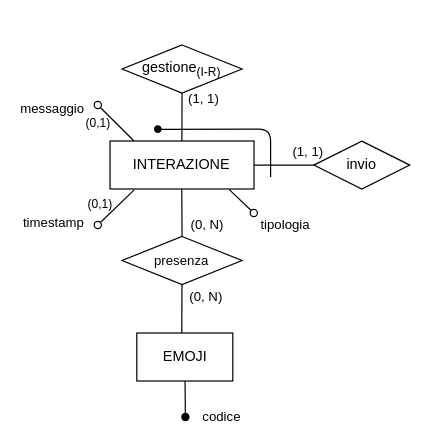
The draw.io diagram Progetto Esame - DBSperimentazioni A.A. 2023-2024/Diagrammi/generalizzazioni/2.3.2.3_gen_3b.drawio in Mattron2000/Basi_di_dati, before the edit. Source tidied: cells renumbered, new cells numbered last; positions are measured from the earlier drawing's top-left corner, leaving out a move shared by most shapes. Both pictures are drawn from the tidied source at 120%, with x=0, y=0 at pixel (73, 44).
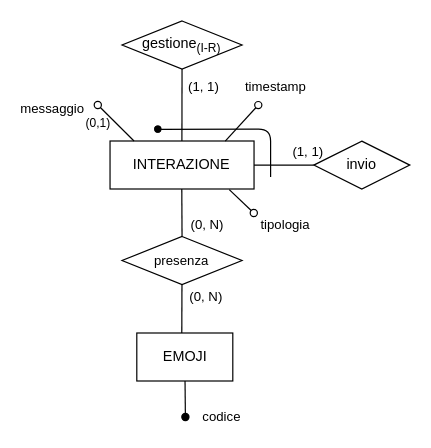
The same page after the edit.

The change refers to these unchanged cells:
```xml
<mxCell id="2" value="INTERAZIONE" style="rounded=0;whiteSpace=wrap;html=1;" parent="1" vertex="1">
  <mxGeometry x="30.2" y="80" width="120" height="40" as="geometry" />
</mxCell>
```

What changed in the source:
```diff
@@
-    <mxCell id="8" style="endArrow=oval;html=1;fillStyle=auto;strokeWidth=1;startSize=6;endSize=6;fillColor=#000000;startArrow=none;startFill=0;endFill=0;exitX=0.168;exitY=1.019;exitDx=0;exitDy=0;exitPerimeter=0;" parent="1" edge="1" source="2">
-      <mxGeometry relative="1" as="geometry">
-        <mxPoint x="20" y="150" as="targetPoint" />
-      </mxGeometry>
-    </mxCell>
-    <mxCell id="9" value="timestamp" style="edgeLabel;html=1;align=center;verticalAlign=middle;points=[];" parent="8" vertex="1">
-      <mxGeometry x="0.48" y="1" relative="1" as="geometry">
-        <mxPoint x="-46" y="5" as="offset" />
-      </mxGeometry>
-    </mxCell>
@@
     <mxCell id="19" value="gestione&lt;sub&gt;(I-R)&lt;/sub&gt;" style="rhombus;whiteSpace=wrap;html=1;" parent="1" vertex="1">
-      <mxGeometry x="40.2" width="100" height="40" as="geometry" />
+      <mxGeometry x="40.2" y="-20" width="100" height="40" as="geometry" />
     </mxCell>
@@
     <mxCell id="21" value="&lt;span style=&quot;font-size: 11px; background-color: rgb(255, 255, 255);&quot;&gt;(1, 1)&lt;/span&gt;" style="text;html=1;align=center;verticalAlign=middle;strokeColor=none;fillColor=none;" parent="1" vertex="1">
-      <mxGeometry x="82.5" y="30.1" width="50" height="30" as="geometry" />
+      <mxGeometry x="82.5" y="20" width="50" height="30" as="geometry" />
     </mxCell>
@@
-    <mxCell id="25" value="&lt;span style=&quot;color: rgb(0, 0, 0); font-family: Helvetica; font-size: 10px; font-style: normal; font-variant-ligatures: normal; font-variant-caps: normal; font-weight: 400; letter-spacing: normal; orphans: 2; text-align: center; text-indent: 0px; text-transform: none; widows: 2; word-spacing: 0px; -webkit-text-stroke-width: 0px; background-color: rgb(251, 251, 251); text-decoration-thickness: initial; text-decoration-style: initial; text-decoration-color: initial; float: none; display: inline !important;&quot;&gt;(0,1)&lt;/span&gt;" style="text;whiteSpace=wrap;html=1;fontSize=10;fontColor=#000000;" parent="1" vertex="1">
-      <mxGeometry x="10" y="120" width="50" height="40" as="geometry" />
-    </mxCell>
+    <mxCell id="26" style="endArrow=oval;html=1;fillStyle=auto;strokeWidth=1;startSize=6;endSize=6;fillColor=#000000;startArrow=none;startFill=0;endFill=0;exitX=0.8;exitY=0.002;exitDx=0;exitDy=0;exitPerimeter=0;" parent="1" edge="1" source="2" target="9">
+      <mxGeometry relative="1" as="geometry" />
+    </mxCell>
+    <mxCell id="9" value="&lt;font style=&quot;font-size: 11px;&quot;&gt;timestamp&lt;/font&gt;" style="text;html=1;align=center;verticalAlign=middle;points=[];strokeColor=none;fillColor=none;" parent="1" vertex="1">
+      <mxGeometry x="132.5" y="20.1" width="70" height="30" as="geometry" />
+    </mxCell>
```
